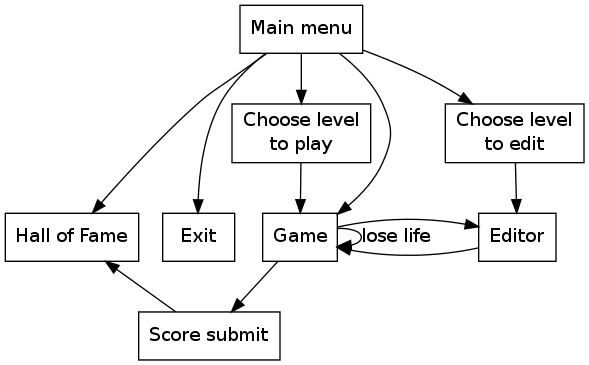
mmilewski/magame keeps this Graphviz diagram as doc/appstates.png. Above is the earlier version. Its source is kept beside it as doc/appstates.dot.
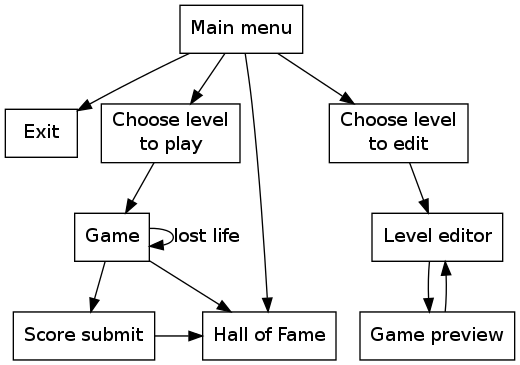
Above is the later version.

Commit message:
Update appstate graph layout

Change to the diagram source:
```diff
@@ -3,21 +3,27 @@
   node [shape=box];
 
   mm [label="Main menu"];
+  exit [label="Exit"];
+
+  levelToPlay [label="Choose level\nto play"];
+  game [label="Game"];
   hof [label="Hall of Fame"];
-  exit [label="Exit"];
-  picklevel [label="Choose level\nto play"];
-  game [label="Game"];
-  editor [label="Editor"];
   submit [label="Score submit"];
+
+  editor [label="Level editor"];
   levelToEdit [label="Choose level\nto edit"]
+  gamePreview [label="Game preview"]
+
 
   mm -> exit;
   mm -> hof;
-  mm -> picklevel -> game -> submit -> hof;
-  mm -> game;
-  mm -> levelToEdit -> editor;
-  game -> game  [label="lose life"]
-  editor -> game -> editor;
 
-  { rank=same; exit game editor hof }
+  mm -> levelToPlay -> game -> submit -> hof;
+                       game -> hof;
+                       game -> game  [label="lost life"];
+
+  mm -> levelToEdit -> editor -> gamePreview -> editor;
+
+  { rank=same;  game editor }
+  { rank=same;  submit hof }
 }
```
